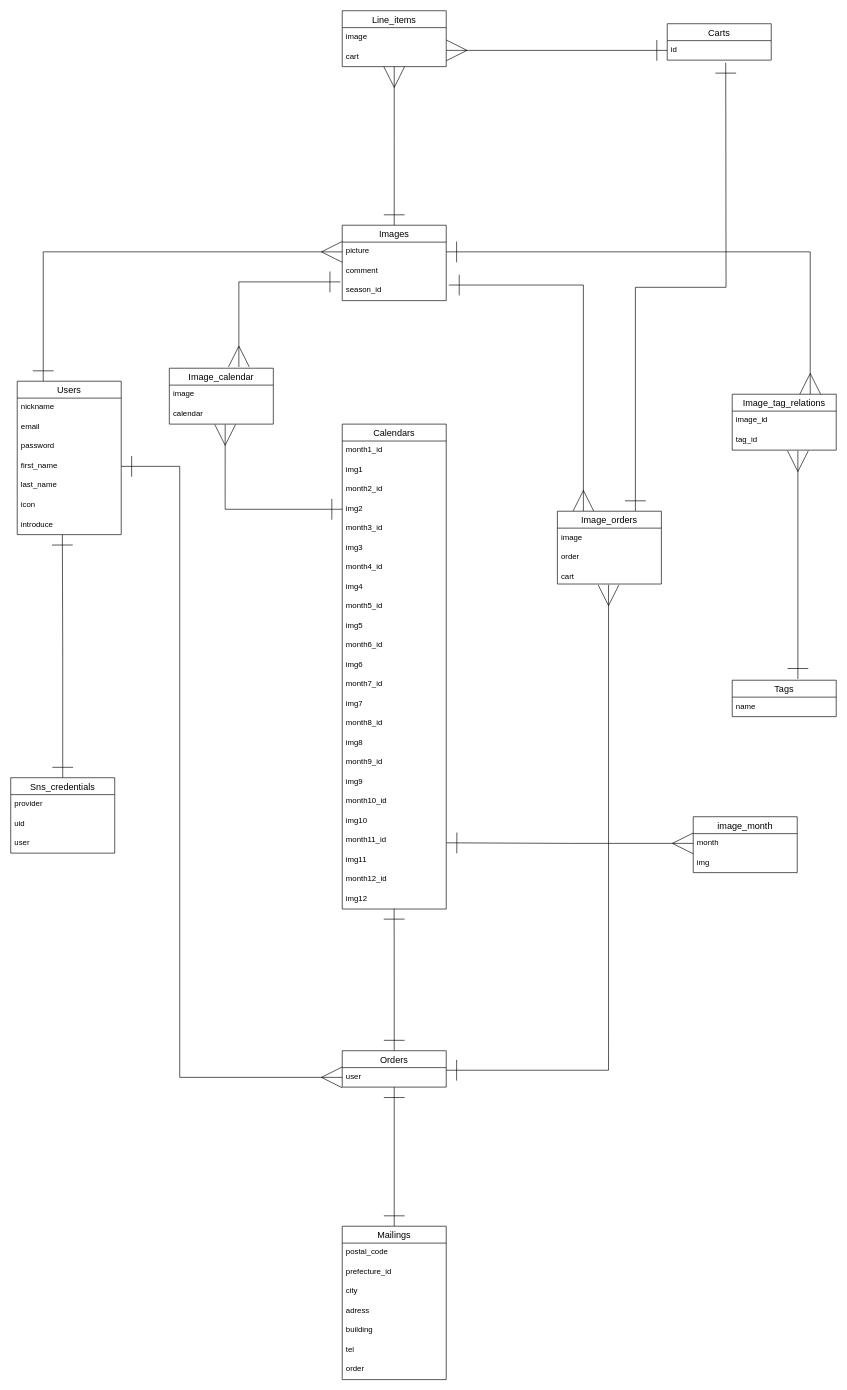
Before: imagecal.dio in phy-homa/imagecal, a draw.io diagram. Source tidied: cells renumbered, new cells numbered last; positions are measured from the earlier drawing's top-left corner, leaving out a move shared by most shapes. Both pictures are drawn from the tidied source at 65%, with x=0, y=0 at pixel (10, 10).
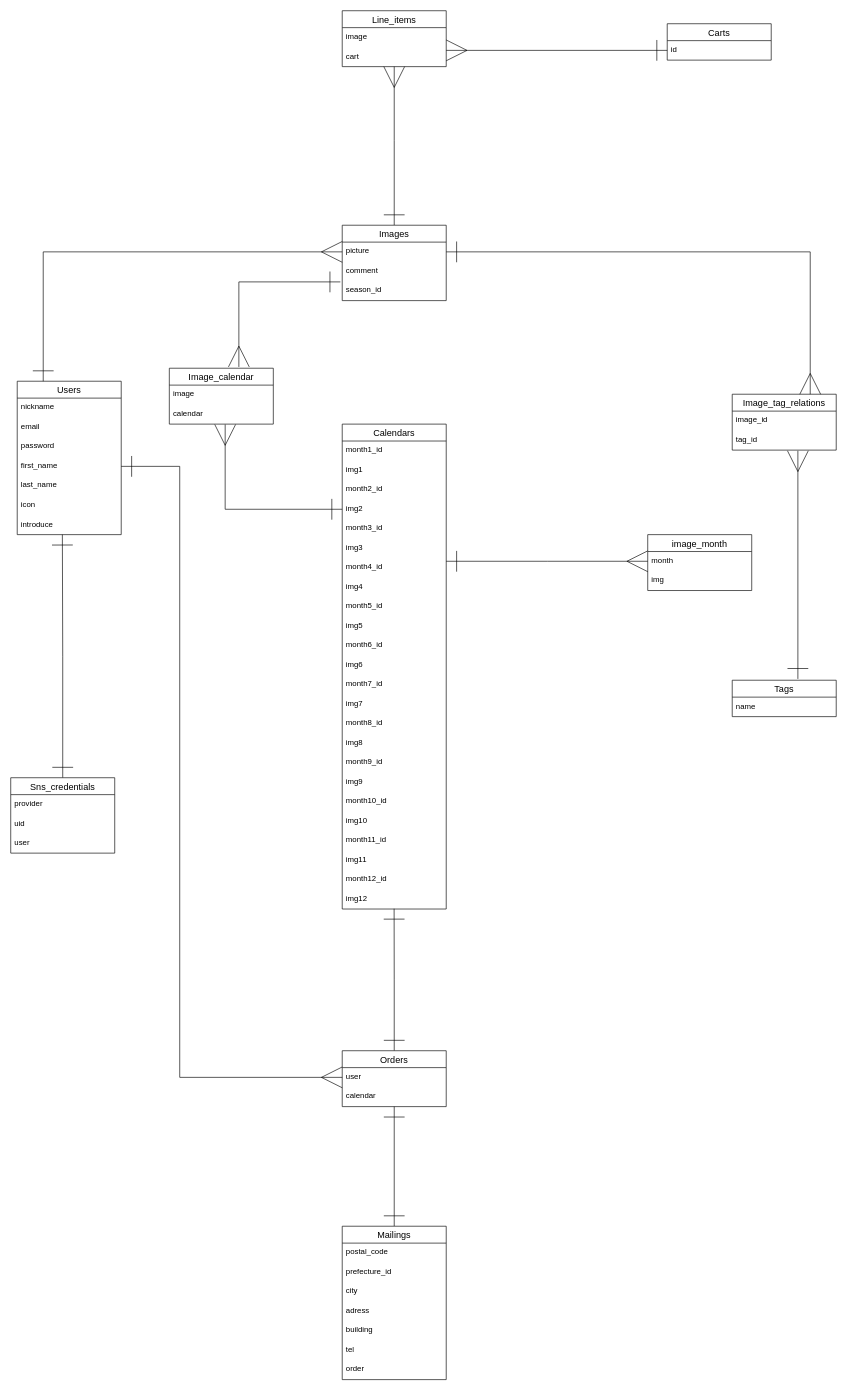
The same diagram, later.

The change refers to these unchanged cells:
```xml
<mxCell id="14" value="season_id" style="text;strokeColor=none;fillColor=none;spacingLeft=4;spacingRight=4;overflow=hidden;points=[[0,0.5],[1,0.5]];portConstraint=eastwest;fontSize=12;" parent="11" vertex="1">
  <mxGeometry y="86" width="160" height="30" as="geometry" />
</mxCell>
<mxCell id="75" value="month11_id&#10;" style="text;strokeColor=none;fillColor=none;spacingLeft=4;spacingRight=4;overflow=hidden;points=[[0,0.5],[1,0.5]];portConstraint=eastwest;fontSize=12;" parent="54" vertex="1">
  <mxGeometry y="626" width="160" height="30" as="geometry" />
</mxCell>
<mxCell id="85" value="month" style="text;strokeColor=none;fillColor=none;spacingLeft=4;spacingRight=4;overflow=hidden;points=[[0,0.5],[1,0.5]];portConstraint=eastwest;fontSize=12;" parent="84" vertex="1">
  <mxGeometry y="26" width="160" height="30" as="geometry" />
</mxCell>
```

What changed in the source:
```diff
@@
     <mxCell id="16" value="Orders" style="swimlane;fontStyle=0;horizontal=1;startSize=26;align=center;fontSize=14;" parent="1" vertex="1">
-      <mxGeometry x="510" y="1600" width="160" height="56" as="geometry" />
+      <mxGeometry x="510" y="1600" width="160" height="86" as="geometry" />
     </mxCell>
@@
+    <mxCell id="88" value="calendar" style="text;strokeColor=none;fillColor=none;spacingLeft=4;spacingRight=4;overflow=hidden;fontSize=12;" parent="16" vertex="1">
+      <mxGeometry y="56" width="160" height="30" as="geometry" />
+    </mxCell>
@@
-    <mxCell id="47" style="edgeStyle=orthogonalEdgeStyle;rounded=0;jettySize=auto;html=1;exitX=0.25;exitY=0;exitDx=0;exitDy=0;entryX=1.025;entryY=0.2;entryDx=0;entryDy=0;entryPerimeter=0;startArrow=ERmany;startFill=0;endArrow=ERone;endFill=0;endSize=30;startSize=30;" parent="1" edge="1" source="49" target="14">
-      <mxGeometry relative="1" as="geometry" />
-    </mxCell>
-    <mxCell id="48" style="edgeStyle=orthogonalEdgeStyle;rounded=0;jettySize=auto;html=1;exitX=0.75;exitY=0;exitDx=0;exitDy=0;startArrow=ERone;startFill=0;endArrow=ERone;endFill=0;endSize=30;startSize=30;" parent="1" edge="1" source="49">
-      <mxGeometry relative="1" as="geometry">
-        <mxPoint x="1100" y="80" as="targetPoint" />
-      </mxGeometry>
-    </mxCell>
-    <mxCell id="49" value="Image_orders" style="swimlane;fontStyle=0;horizontal=1;startSize=26;align=center;fontSize=14;" parent="1" vertex="1">
-      <mxGeometry x="841" y="770" width="160" height="112" as="geometry" />
-    </mxCell>
-    <mxCell id="50" value="image" style="text;strokeColor=none;fillColor=none;spacingLeft=4;spacingRight=4;overflow=hidden;fontSize=12;" parent="49" vertex="1">
-      <mxGeometry y="26" width="160" height="30" as="geometry" />
-    </mxCell>
-    <mxCell id="51" value="order" style="text;strokeColor=none;fillColor=none;spacingLeft=4;spacingRight=4;overflow=hidden;fontSize=12;" parent="49" vertex="1">
-      <mxGeometry y="56" width="160" height="30" as="geometry" />
-    </mxCell>
-    <mxCell id="52" value="cart" style="text;strokeColor=none;fillColor=none;spacingLeft=4;spacingRight=4;overflow=hidden;points=[[0,0.5],[1,0.5]];portConstraint=eastwest;fontSize=12;" parent="49" vertex="1">
-      <mxGeometry y="86" width="160" height="26" as="geometry" />
-    </mxCell>
@@
-    <mxCell id="83" style="edgeStyle=orthogonalEdgeStyle;rounded=0;jettySize=auto;html=1;startArrow=ERone;startFill=0;endArrow=ERmany;endFill=0;startSize=30;endSize=30;entryX=0.492;entryY=1.049;entryDx=0;entryDy=0;entryPerimeter=0;" parent="1" edge="1" target="52">
-      <mxGeometry relative="1" as="geometry">
-        <mxPoint x="670" y="1630" as="sourcePoint" />
-        <Array as="points">
-          <mxPoint x="670" y="1630" />
-          <mxPoint x="920" y="1630" />
-        </Array>
-      </mxGeometry>
-    </mxCell>
     <mxCell id="84" value="image_month" style="swimlane;fontStyle=0;horizontal=1;startSize=26;align=center;fontSize=14;" parent="1" vertex="1">
-      <mxGeometry x="1050" y="1240" width="160" height="86" as="geometry" />
+      <mxGeometry x="980" y="806" width="160" height="86" as="geometry" />
     </mxCell>
@@
-    <mxCell id="87" style="edgeStyle=orthogonalEdgeStyle;rounded=0;jettySize=auto;html=1;exitX=0;exitY=0.5;exitDx=0;exitDy=0;startArrow=ERmany;startFill=0;endArrow=ERone;endFill=0;endSize=30;startSize=30;entryX=1.002;entryY=0.605;entryDx=0;entryDy=0;entryPerimeter=0;" parent="1" edge="1" source="85" target="75">
-      <mxGeometry relative="1" as="geometry" />
+    <mxCell id="87" style="edgeStyle=orthogonalEdgeStyle;rounded=0;jettySize=auto;html=1;exitX=0;exitY=0.5;exitDx=0;exitDy=0;startArrow=ERmany;startFill=0;endArrow=ERone;endFill=0;endSize=30;startSize=30;" parent="1" edge="1" source="85">
+      <mxGeometry relative="1" as="geometry">
+        <mxPoint x="670" y="847" as="targetPoint" />
+      </mxGeometry>
     </mxCell>
```
